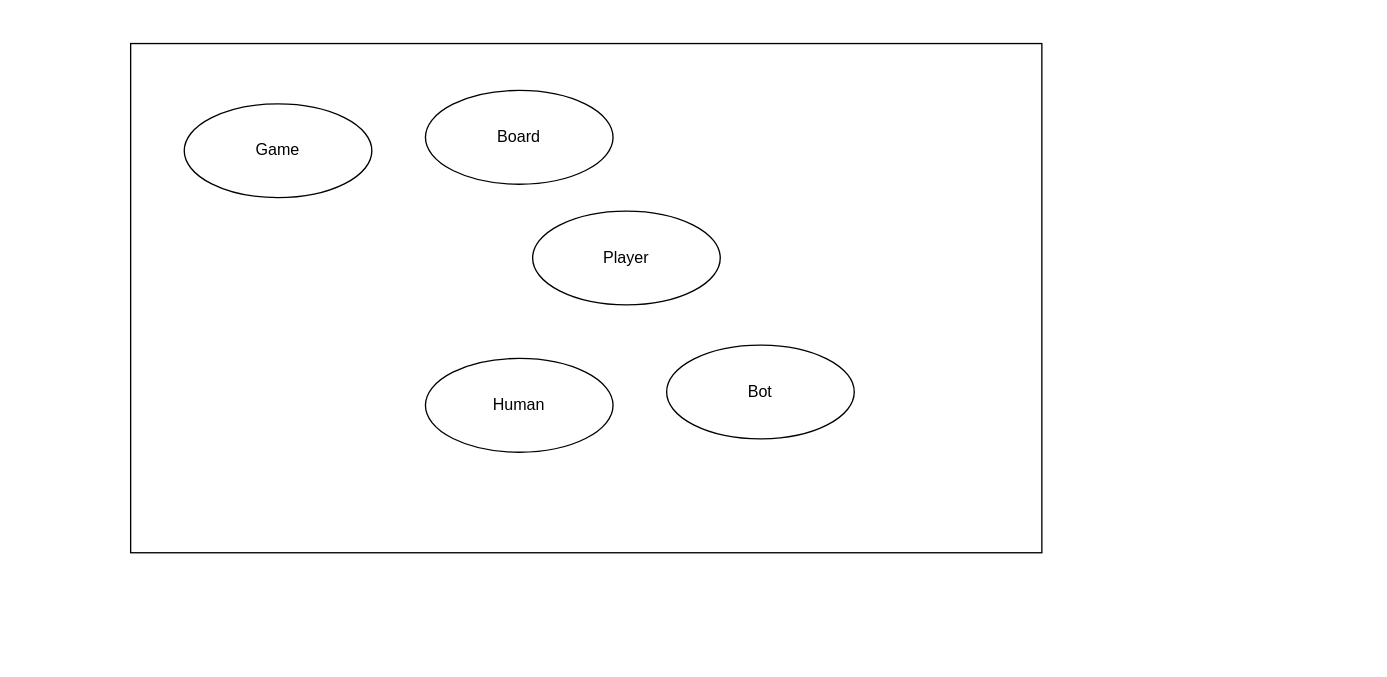
aktomer06/Draw.io keeps this draw.io diagram as SnakeAndLadder.drawio. Above is the earlier version. Source tidied: cells renumbered, new cells numbered last; positions are measured from the earlier drawing's top-left corner, leaving out a move shared by most shapes. Both pictures are drawn from the tidied source at 134%, with x=0, y=0 at pixel (130, 43).
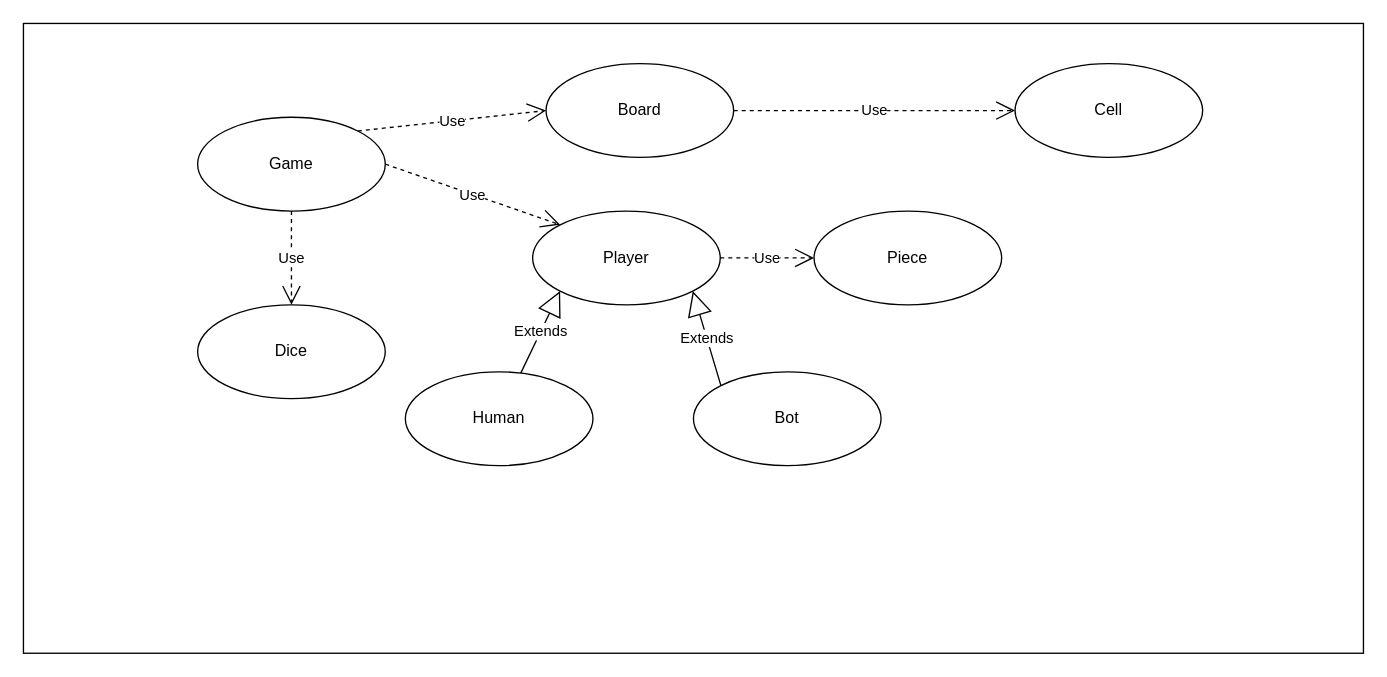
The same page after the edit.

Diff of the diagram source:
```diff
@@
 <mxGraphModel>
   <root>
     <mxCell id="0" />
     <mxCell id="1" parent="0" />
     <mxCell id="2" style="rounded=0;whiteSpace=wrap;html=1;" parent="1" vertex="1">
-      <mxGeometry width="680" height="380" as="geometry" />
+      <mxGeometry x="-80" y="-15" width="1000" height="470" as="geometry" />
     </mxCell>
     <mxCell id="3" value="Player" style="ellipse;whiteSpace=wrap;html=1;" parent="1" vertex="1">
       <mxGeometry x="300" y="125" width="140" height="70" as="geometry" />
     </mxCell>
     <mxCell id="4" value="Board" style="ellipse;whiteSpace=wrap;html=1;" parent="1" vertex="1">
-      <mxGeometry x="220" y="35" width="140" height="70" as="geometry" />
+      <mxGeometry x="310" y="15" width="140" height="70" as="geometry" />
     </mxCell>
     <mxCell id="5" value="Game" style="ellipse;whiteSpace=wrap;html=1;" parent="1" vertex="1">
-      <mxGeometry x="40" y="45" width="140" height="70" as="geometry" />
+      <mxGeometry x="50" y="55" width="140" height="70" as="geometry" />
     </mxCell>
+    <mxCell id="7" value="Bot" style="ellipse;whiteSpace=wrap;html=1;" parent="1" vertex="1">
+      <mxGeometry x="420" y="245" width="140" height="70" as="geometry" />
+    </mxCell>
+    <mxCell id="8" value="Extends" style="endArrow=block;endSize=16;endFill=0;html=1;rounded=0;entryX=0;entryY=1;entryDx=0;entryDy=0;" parent="1" edge="1" source="6" target="3">
+      <mxGeometry relative="1" as="geometry" />
+    </mxCell>
+    <mxCell id="9" value="Extends" style="endArrow=block;endSize=16;endFill=0;html=1;rounded=0;exitX=0;exitY=0;exitDx=0;exitDy=0;entryX=1;entryY=1;entryDx=0;entryDy=0;" parent="1" edge="1" source="7" target="3">
+      <mxGeometry relative="1" as="geometry" />
+    </mxCell>
+    <mxCell id="10" value="Use" style="endArrow=open;endSize=12;dashed=1;html=1;rounded=0;exitX=1;exitY=0;exitDx=0;exitDy=0;entryX=0;entryY=0.5;entryDx=0;entryDy=0;" parent="1" edge="1" source="5" target="4">
+      <mxGeometry relative="1" as="geometry" />
+    </mxCell>
+    <mxCell id="11" style="endArrow=open;endSize=12;dashed=1;html=1;rounded=0;" parent="1" edge="1" target="6">
+      <mxGeometry relative="1" as="geometry">
+        <mxPoint x="260" y="255" as="sourcePoint" />
+      </mxGeometry>
+    </mxCell>
     <mxCell id="6" value="Human" style="ellipse;whiteSpace=wrap;html=1;" parent="1" vertex="1">
-      <mxGeometry x="220" y="235" width="140" height="70" as="geometry" />
+      <mxGeometry x="205" y="245" width="140" height="70" as="geometry" />
     </mxCell>
-    <mxCell id="7" value="Bot" style="ellipse;whiteSpace=wrap;html=1;" parent="1" vertex="1">
-      <mxGeometry x="400" y="225" width="140" height="70" as="geometry" />
-    </mxCell>
+    <mxCell id="12" value="Use" style="endArrow=open;endSize=12;dashed=1;html=1;rounded=0;exitX=1;exitY=0.5;exitDx=0;exitDy=0;entryX=0;entryY=0;entryDx=0;entryDy=0;" parent="1" edge="1" source="5" target="3">
+      <mxGeometry relative="1" as="geometry" />
+    </mxCell>
+    <mxCell id="13" value="Dice" style="ellipse;whiteSpace=wrap;html=1;" parent="1" vertex="1">
+      <mxGeometry x="50" y="195" width="140" height="70" as="geometry" />
+    </mxCell>
+    <mxCell id="14" value="Use" style="endArrow=open;endSize=12;dashed=1;html=1;rounded=0;entryX=0.5;entryY=0;entryDx=0;entryDy=0;exitX=0.5;exitY=1;exitDx=0;exitDy=0;" parent="1" edge="1" source="5" target="13">
+      <mxGeometry relative="1" as="geometry" />
+    </mxCell>
+    <mxCell id="15" value="Piece" style="ellipse;whiteSpace=wrap;html=1;" parent="1" vertex="1">
+      <mxGeometry x="510" y="125" width="140" height="70" as="geometry" />
+    </mxCell>
+    <mxCell id="16" value="Use" style="endArrow=open;endSize=12;dashed=1;html=1;rounded=0;exitX=1;exitY=0.5;exitDx=0;exitDy=0;entryX=0;entryY=0.5;entryDx=0;entryDy=0;" parent="1" edge="1" source="3" target="15">
+      <mxGeometry relative="1" as="geometry" />
+    </mxCell>
+    <mxCell id="17" value="Cell" style="ellipse;whiteSpace=wrap;html=1;" parent="1" vertex="1">
+      <mxGeometry x="660" y="15" width="140" height="70" as="geometry" />
+    </mxCell>
+    <mxCell id="18" value="Use" style="endArrow=open;endSize=12;dashed=1;html=1;rounded=0;exitX=1;exitY=0.5;exitDx=0;exitDy=0;entryX=0;entryY=0.5;entryDx=0;entryDy=0;" parent="1" edge="1" source="4" target="17">
+      <mxGeometry relative="1" as="geometry" />
+    </mxCell>
   </root>
 </mxGraphModel>
```
